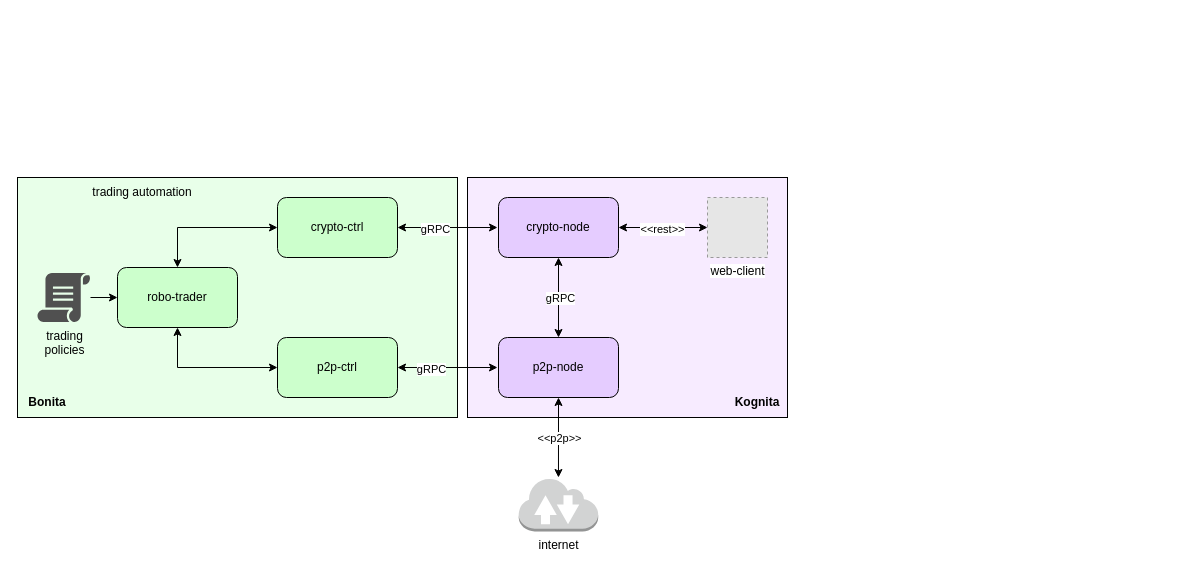
Before: page "Architecture" (1 of 2) of design/kognita-arch-v0.1.drawio in quaisx/kognita, a draw.io diagram. Source tidied: cells renumbered, new cells numbered last; positions are measured from the earlier drawing's top-left corner, leaving out a move shared by most shapes. Both pictures are drawn from the tidied source at 100%, with x=0, y=0 at pixel (17, 177). Pictures stored in the file or linked from it are replaced by grey dashed boxes.
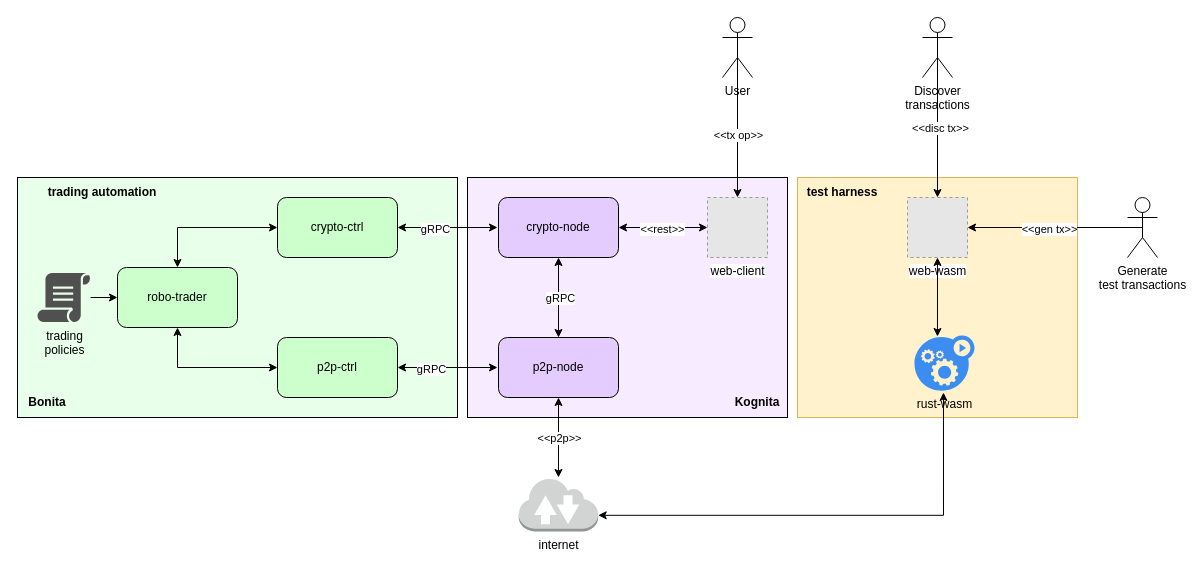
The same diagram, later.

Commit message (it also covers changes not shown here):
[feat] add architectural changes: testing harness wasm/yew grpc

The change refers to these unchanged cells:
```xml
<mxCell id="6" value="web-client" style="fillColor=#E6E6E6;strokeColor=#999999;dashed=1;html=1;verticalAlign=top;verticalLabelPosition=bottom;labelBackgroundColor=#ffffff;" parent="1" vertex="1">
  <mxGeometry x="690" y="20" width="60" height="60" as="geometry" />
</mxCell>
<mxCell id="7" value="internet" style="outlineConnect=0;dashed=0;verticalLabelPosition=bottom;verticalAlign=top;align=center;html=1;shape=mxgraph.aws3.internet_2;fillColor=#D2D3D3;gradientColor=none;" parent="1" vertex="1">
  <mxGeometry x="501.2" y="300" width="79.5" height="54" as="geometry" />
</mxCell>
```

The edit, as a diff of the source:
```diff
@@
-    <mxCell id="25" value="trading automation" style="text;html=1;strokeColor=none;fillColor=none;align=center;verticalAlign=middle;whiteSpace=wrap;rounded=0;" parent="1" vertex="1">
-      <mxGeometry x="40" width="170" height="30" as="geometry" />
+    <mxCell id="25" value="&lt;b&gt;trading automation&lt;/b&gt;" style="text;html=1;strokeColor=none;fillColor=none;align=center;verticalAlign=middle;whiteSpace=wrap;rounded=0;" parent="1" vertex="1">
+      <mxGeometry width="170" height="30" as="geometry" />
     </mxCell>
@@
+    <mxCell id="28" style="rounded=0;whiteSpace=wrap;html=1;fillColor=#fff2cc;strokeColor=#d6b656;" parent="1" vertex="1">
+      <mxGeometry x="780" width="280" height="240" as="geometry" />
+    </mxCell>
+    <mxCell id="29" value="web-wasm" style="fillColor=#E6E6E6;strokeColor=#999999;dashed=1;html=1;verticalAlign=top;verticalLabelPosition=bottom;labelBackgroundColor=#ffffff;" parent="1" vertex="1">
+      <mxGeometry x="890" y="20" width="60" height="60" as="geometry" />
+    </mxCell>
+    <mxCell id="30" value="rust-wasm" style="sketch=0;html=1;strokeColor=none;shadow=0;fillColor=#3B8DF1;verticalAlign=top;labelPosition=center;verticalLabelPosition=bottom;shape=mxgraph.gcp2.gear_load;" parent="1" vertex="1">
+      <mxGeometry x="897" y="158" width="60" height="55.2" as="geometry" />
+    </mxCell>
+    <mxCell id="31" style="endArrow=classic;startArrow=classic;html=1;rounded=0;exitX=0.383;exitY=0.018;exitDx=0;exitDy=0;exitPerimeter=0;entryX=0.5;entryY=1;entryDx=0;entryDy=0;" parent="1" edge="1" source="30" target="29">
+      <mxGeometry relative="1" as="geometry" />
+    </mxCell>
+    <mxCell id="32" value="&lt;b&gt;test harness&lt;/b&gt;" style="text;html=1;strokeColor=none;fillColor=none;align=center;verticalAlign=middle;whiteSpace=wrap;rounded=0;" parent="1" vertex="1">
+      <mxGeometry x="780" width="90" height="30" as="geometry" />
+    </mxCell>
+    <mxCell id="33" value="Generate&lt;br&gt;test transactions" style="shape=umlActor;verticalLabelPosition=bottom;verticalAlign=top;html=1;outlineConnect=0;" parent="1" vertex="1">
+      <mxGeometry x="1110" y="20" width="30" height="60" as="geometry" />
+    </mxCell>
+    <mxCell id="34" style="endArrow=classic;html=1;rounded=0;exitX=0.5;exitY=0.5;exitDx=0;exitDy=0;exitPerimeter=0;" parent="1" edge="1" source="33" target="29">
+      <mxGeometry relative="1" as="geometry" />
+    </mxCell>
+    <mxCell id="35" value="&amp;lt;&amp;lt;gen tx&amp;gt;&amp;gt;" style="edgeLabel;html=1;align=center;verticalAlign=middle;" parent="34" vertex="1">
+      <mxGeometry x="0.07" y="1" relative="1" as="geometry" />
+    </mxCell>
+    <mxCell id="36" style="endArrow=classic;startArrow=classic;html=1;rounded=0;entryX=0.483;entryY=1.033;entryDx=0;entryDy=0;entryPerimeter=0;exitX=1;exitY=0.7;exitDx=0;exitDy=0;exitPerimeter=0;edgeStyle=orthogonalEdgeStyle;" parent="1" edge="1" source="7" target="30">
+      <mxGeometry relative="1" as="geometry" />
+    </mxCell>
+    <mxCell id="37" value="Discover&lt;br&gt;transactions" style="shape=umlActor;verticalLabelPosition=bottom;verticalAlign=top;html=1;outlineConnect=0;" parent="1" vertex="1">
+      <mxGeometry x="905" y="-160" width="30" height="60" as="geometry" />
+    </mxCell>
+    <mxCell id="38" style="endArrow=classic;html=1;rounded=0;exitX=0.5;exitY=0.5;exitDx=0;exitDy=0;exitPerimeter=0;entryX=0.5;entryY=0;entryDx=0;entryDy=0;" parent="1" edge="1" source="37" target="29">
+      <mxGeometry relative="1" as="geometry" />
+    </mxCell>
+    <mxCell id="39" value="&amp;lt;&amp;lt;disc tx&amp;gt;&amp;gt;" style="edgeLabel;html=1;align=center;verticalAlign=middle;" parent="38" vertex="1">
+      <mxGeometry x="0.07" y="2" relative="1" as="geometry" />
+    </mxCell>
+    <mxCell id="40" value="User" style="shape=umlActor;verticalLabelPosition=bottom;verticalAlign=top;html=1;outlineConnect=0;" parent="1" vertex="1">
+      <mxGeometry x="705" y="-160" width="30" height="60" as="geometry" />
+    </mxCell>
+    <mxCell id="41" style="endArrow=classic;html=1;rounded=0;exitX=0.5;exitY=0.5;exitDx=0;exitDy=0;exitPerimeter=0;entryX=0.5;entryY=0;entryDx=0;entryDy=0;" parent="1" edge="1" source="40" target="6">
+      <mxGeometry relative="1" as="geometry" />
+    </mxCell>
+    <mxCell id="42" value="&amp;lt;&amp;lt;tx op&amp;gt;&amp;gt;" style="edgeLabel;html=1;align=center;verticalAlign=middle;" parent="41" vertex="1">
+      <mxGeometry x="0.16" relative="1" as="geometry" />
+    </mxCell>
```
